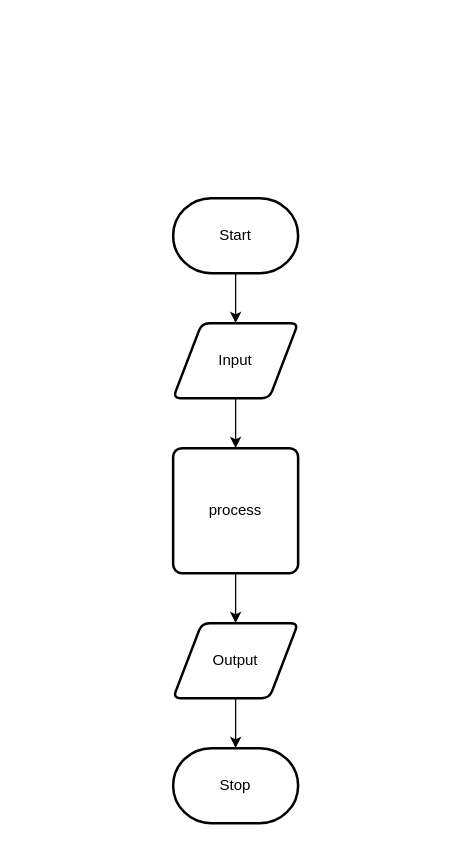
Ali-Mugamai/ICS20-5-02-JS keeps this draw.io diagram as design/flow-chart.drawio. Above is the earlier version. Source tidied: cells renumbered, new cells numbered last; positions are measured from the earlier drawing's top-left corner, leaving out a move shared by most shapes. Both pictures are drawn from the tidied source at 125%, with x=0, y=0 at pixel (172, 198).
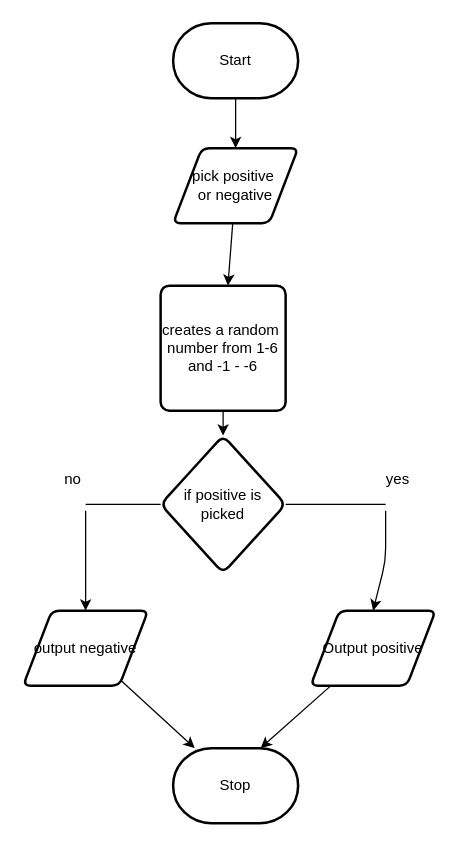
The same page after the edit.

Diff of the diagram source:
```diff
@@
     <mxCell id="3" value="Start" style="strokeWidth=2;html=1;shape=mxgraph.flowchart.terminator;whiteSpace=wrap;" parent="1" vertex="1">
-      <mxGeometry width="100" height="60" as="geometry" />
+      <mxGeometry y="-140" width="100" height="60" as="geometry" />
     </mxCell>
@@
-    <mxCell id="5" value="Input" style="shape=parallelogram;html=1;strokeWidth=2;perimeter=parallelogramPerimeter;whiteSpace=wrap;rounded=1;arcSize=12;size=0.23;" parent="1" vertex="1">
-      <mxGeometry y="100" width="100" height="60" as="geometry" />
+    <mxCell id="5" value="pick positive&amp;nbsp;&lt;br&gt;or negative" style="shape=parallelogram;html=1;strokeWidth=2;perimeter=parallelogramPerimeter;whiteSpace=wrap;rounded=1;arcSize=12;size=0.23;" parent="1" vertex="1">
+      <mxGeometry y="-40" width="100" height="60" as="geometry" />
     </mxCell>
-    <mxCell id="6" style="edgeStyle=none;html=1;" parent="1" edge="1" source="7" target="9">
-      <mxGeometry relative="1" as="geometry" />
-    </mxCell>
+    <mxCell id="11" style="edgeStyle=none;html=1;" parent="1" edge="1" source="7" target="12">
+      <mxGeometry relative="1" as="geometry" />
+    </mxCell>
-    <mxCell id="7" value="process" style="rounded=1;whiteSpace=wrap;html=1;absoluteArcSize=1;arcSize=14;strokeWidth=2;" parent="1" vertex="1">
-      <mxGeometry y="200" width="100" height="100" as="geometry" />
+    <mxCell id="7" value="creates a random&amp;nbsp;&lt;br&gt;number from 1-6 and -1 - -6" style="rounded=1;whiteSpace=wrap;html=1;absoluteArcSize=1;arcSize=14;strokeWidth=2;" parent="1" vertex="1">
+      <mxGeometry x="-10" y="70" width="100" height="100" as="geometry" />
     </mxCell>
@@
-    <mxCell id="9" value="Output" style="shape=parallelogram;html=1;strokeWidth=2;perimeter=parallelogramPerimeter;whiteSpace=wrap;rounded=1;arcSize=12;size=0.23;" parent="1" vertex="1">
-      <mxGeometry y="340" width="100" height="60" as="geometry" />
+    <mxCell id="9" value="output negative" style="shape=parallelogram;html=1;strokeWidth=2;perimeter=parallelogramPerimeter;whiteSpace=wrap;rounded=1;arcSize=12;size=0.23;" parent="1" vertex="1">
+      <mxGeometry x="-120" y="330" width="100" height="60" as="geometry" />
     </mxCell>
@@
+    <mxCell id="12" value="if positive is picked" style="rhombus;whiteSpace=wrap;html=1;rounded=1;arcSize=14;strokeWidth=2;" parent="1" vertex="1">
+      <mxGeometry x="-10" y="190" width="100" height="110" as="geometry" />
+    </mxCell>
+    <mxCell id="13" style="edgeStyle=none;html=1;" parent="1" edge="1" source="14">
+      <mxGeometry relative="1" as="geometry">
+        <mxPoint x="70" y="440" as="targetPoint" />
+      </mxGeometry>
+    </mxCell>
+    <mxCell id="14" value="Output positive" style="shape=parallelogram;html=1;strokeWidth=2;perimeter=parallelogramPerimeter;whiteSpace=wrap;rounded=1;arcSize=12;size=0.23;" parent="1" vertex="1">
+      <mxGeometry x="110" y="330" width="100" height="60" as="geometry" />
+    </mxCell>
+    <mxCell id="15" style="endArrow=none;html=1;entryX=0;entryY=0.5;entryDx=0;entryDy=0;" parent="1" edge="1" target="12">
+      <mxGeometry relative="1" as="geometry">
+        <mxPoint x="-70" y="245" as="sourcePoint" />
+      </mxGeometry>
+    </mxCell>
+    <mxCell id="16" style="endArrow=classic;html=1;entryX=0.5;entryY=0;entryDx=0;entryDy=0;" parent="1" edge="1" target="9">
+      <mxGeometry relative="1" as="geometry">
+        <mxPoint x="-70" y="250" as="sourcePoint" />
+      </mxGeometry>
+    </mxCell>
+    <mxCell id="17" style="endArrow=none;html=1;entryX=1;entryY=0.5;entryDx=0;entryDy=0;" parent="1" edge="1" target="12">
+      <mxGeometry relative="1" as="geometry">
+        <mxPoint x="170" y="245" as="sourcePoint" />
+      </mxGeometry>
+    </mxCell>
+    <mxCell id="18" style="endArrow=classic;html=1;entryX=0.5;entryY=0;entryDx=0;entryDy=0;" parent="1" edge="1" target="14">
+      <mxGeometry relative="1" as="geometry">
+        <mxPoint x="170" y="250" as="sourcePoint" />
+        <Array as="points">
+          <mxPoint x="170" y="290" />
+        </Array>
+      </mxGeometry>
+    </mxCell>
+    <mxCell id="19" value="yes" style="text;html=1;strokeColor=none;fillColor=none;align=center;verticalAlign=middle;whiteSpace=wrap;rounded=0;" parent="1" vertex="1">
+      <mxGeometry x="150" y="210" width="60" height="30" as="geometry" />
+    </mxCell>
+    <mxCell id="20" value="no" style="text;html=1;strokeColor=none;fillColor=none;align=center;verticalAlign=middle;whiteSpace=wrap;rounded=0;" parent="1" vertex="1">
+      <mxGeometry x="-110" y="210" width="60" height="30" as="geometry" />
+    </mxCell>
```
